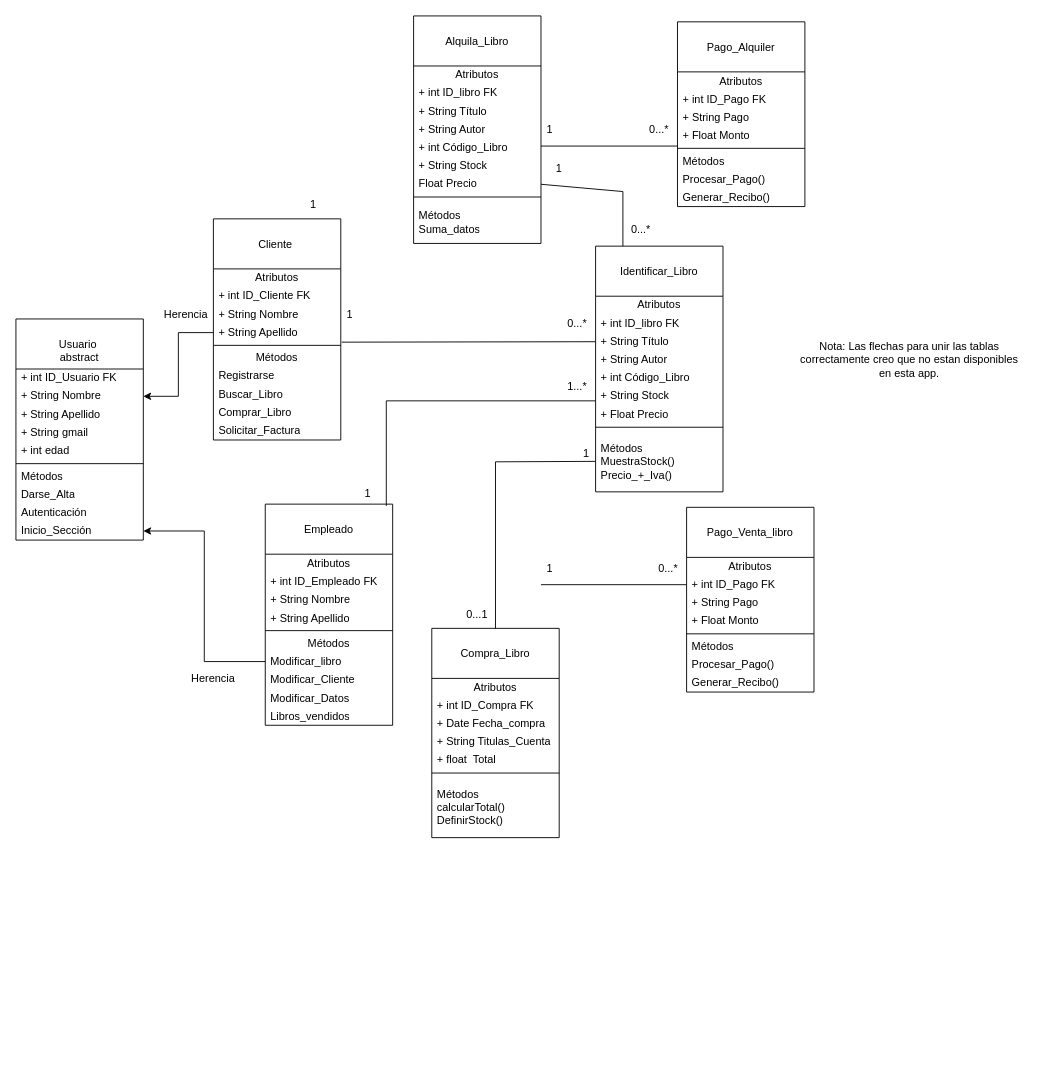
Above: Entornos de Desarrollo/Diagrama_Clases.drawio in UserUnknown27/ProyectoFinDeCursoGrupo5 (draw.io), before the change. Source tidied: cells renumbered, new cells numbered last; positions are measured from the earlier drawing's top-left corner, leaving out a move shared by most shapes. Both pictures are drawn from the tidied source at 91%, with x=0, y=0 at pixel (15, 15).
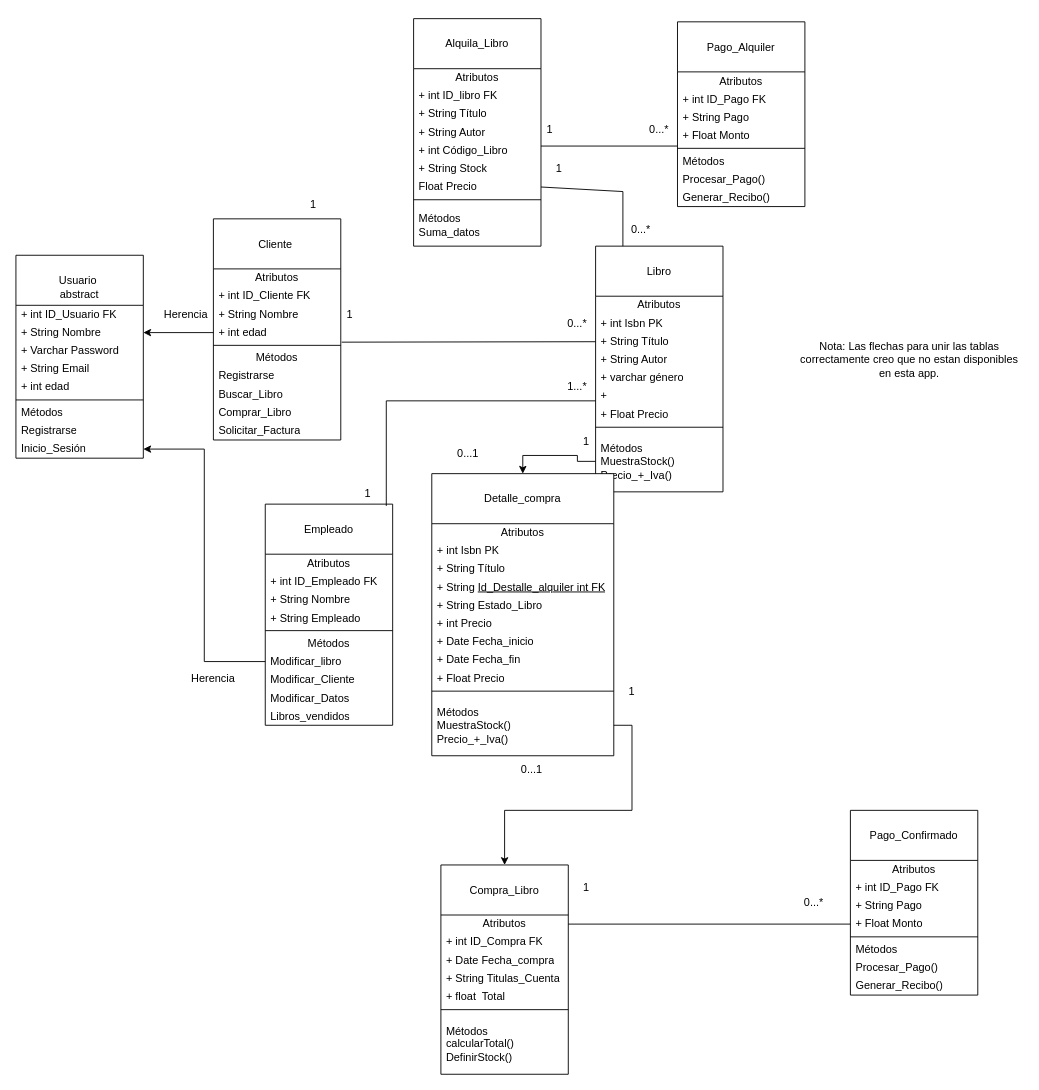
After the change.

Commit message (it also covers changes not shown here):
Relación entre diagramas: dagrama_E-R, Modelo_Relacional, diagrama_Clases

The change refers to these unchanged cells:
```xml
<mxCell id="2" value="&lt;br&gt;&lt;div&gt;Cliente&amp;nbsp;&lt;br&gt;&lt;br&gt;&lt;/div&gt;" style="swimlane;fontStyle=0;align=center;verticalAlign=top;horizontal=1;startSize=55;html=1;whiteSpace=wrap;" parent="1" vertex="1">
  <mxGeometry x="217" y="223" width="140" height="243" as="geometry" />
</mxCell>
<mxCell id="24" value="&lt;br&gt;&lt;div&gt;Empleado&lt;/div&gt;" style="swimlane;fontStyle=0;align=center;verticalAlign=top;horizontal=1;startSize=55;html=1;whiteSpace=wrap;" parent="1" vertex="1">
  <mxGeometry x="274" y="536.5" width="140" height="243" as="geometry" />
</mxCell>
<mxCell id="44" value="Métodos&lt;div&gt;MuestraStock()&lt;/div&gt;&lt;div&gt;Precio_+_Iva()&lt;/div&gt;" style="text;html=1;strokeColor=none;fillColor=none;align=left;verticalAlign=middle;spacingLeft=4;spacingRight=4;overflow=hidden;points=[[0,0.5],[1,0.5]];portConstraint=eastwest;whiteSpace=wrap;" parent="35" vertex="1">
  <mxGeometry y="203" width="140" height="67" as="geometry" />
</mxCell>
<mxCell id="46" value="Atributos" style="text;html=1;strokeColor=none;fillColor=none;align=center;verticalAlign=middle;spacingLeft=4;spacingRight=4;overflow=hidden;points=[[0,0.5],[1,0.5]];portConstraint=eastwest;whiteSpace=wrap;" parent="45" vertex="1">
  <mxGeometry y="55" width="140" height="20" as="geometry" />
</mxCell>
<mxCell id="64" value="+ int ID_Pago FK" style="text;html=1;strokeColor=none;fillColor=none;align=left;verticalAlign=middle;spacingLeft=4;spacingRight=4;overflow=hidden;points=[[0,0.5],[1,0.5]];portConstraint=eastwest;whiteSpace=wrap;" parent="62" vertex="1">
  <mxGeometry y="75" width="140" height="20" as="geometry" />
</mxCell>
<mxCell id="66" value="+ Float Monto" style="text;html=1;strokeColor=none;fillColor=none;align=left;verticalAlign=middle;spacingLeft=4;spacingRight=4;overflow=hidden;points=[[0,0.5],[1,0.5]];portConstraint=eastwest;whiteSpace=wrap;" parent="62" vertex="1">
  <mxGeometry y="115" width="140" height="20" as="geometry" />
</mxCell>
```

Diff of the diagram source:
```diff
@@
-    <mxCell id="6" value="+ String Apellido" style="text;html=1;strokeColor=none;fillColor=none;align=left;verticalAlign=middle;spacingLeft=4;spacingRight=4;overflow=hidden;points=[[0,0.5],[1,0.5]];portConstraint=eastwest;whiteSpace=wrap;" parent="2" vertex="1">
+    <mxCell id="6" value="+ int edad" style="text;html=1;strokeColor=none;fillColor=none;align=left;verticalAlign=middle;spacingLeft=4;spacingRight=4;overflow=hidden;points=[[0,0.5],[1,0.5]];portConstraint=eastwest;whiteSpace=wrap;" parent="2" vertex="1">
       <mxGeometry y="115" width="140" height="20" as="geometry" />
     </mxCell>
@@
     <mxCell id="13" value="&lt;br&gt;&lt;div&gt;Usuario&amp;nbsp;&lt;/div&gt;&lt;div&gt;abstract&lt;/div&gt;" style="swimlane;fontStyle=0;align=center;verticalAlign=top;horizontal=1;startSize=55;html=1;whiteSpace=wrap;" parent="1" vertex="1">
-      <mxGeometry y="333" width="140" height="243" as="geometry" />
+      <mxGeometry y="263" width="140" height="223" as="geometry" />
     </mxCell>
@@
-    <mxCell id="16" value="+ String Apellido" style="text;html=1;strokeColor=none;fillColor=none;align=left;verticalAlign=middle;spacingLeft=4;spacingRight=4;overflow=hidden;whiteSpace=wrap;" parent="13" vertex="1">
-      <mxGeometry y="95" width="140" height="20" as="geometry" />
-    </mxCell>
+    <mxCell id="105" value="+ Varchar Password" style="text;html=1;strokeColor=none;fillColor=none;align=left;verticalAlign=middle;spacingLeft=4;spacingRight=4;overflow=hidden;whiteSpace=wrap;" parent="13" vertex="1">
+      <mxGeometry y="95" width="140" height="20" as="geometry" />
+    </mxCell>
-    <mxCell id="17" value="+ String gmail" style="text;html=1;strokeColor=none;fillColor=none;align=left;verticalAlign=middle;spacingLeft=4;spacingRight=4;overflow=hidden;whiteSpace=wrap;" parent="13" vertex="1">
+    <mxCell id="17" value="+ String Email" style="text;html=1;strokeColor=none;fillColor=none;align=left;verticalAlign=middle;spacingLeft=4;spacingRight=4;overflow=hidden;whiteSpace=wrap;" parent="13" vertex="1">
       <mxGeometry y="115" width="140" height="20" as="geometry" />
     </mxCell>
@@
-    <mxCell id="21" value="Darse_Alta" style="text;html=1;strokeColor=none;fillColor=none;align=left;verticalAlign=middle;spacingLeft=4;spacingRight=4;overflow=hidden;whiteSpace=wrap;" parent="13" vertex="1">
+    <mxCell id="21" value="Registrarse" style="text;html=1;strokeColor=none;fillColor=none;align=left;verticalAlign=middle;spacingLeft=4;spacingRight=4;overflow=hidden;whiteSpace=wrap;" parent="13" vertex="1">
       <mxGeometry y="183" width="140" height="20" as="geometry" />
     </mxCell>
-    <mxCell id="22" value="Autenticación" style="text;html=1;strokeColor=none;fillColor=none;align=left;verticalAlign=middle;spacingLeft=4;spacingRight=4;overflow=hidden;whiteSpace=wrap;" parent="13" vertex="1">
-      <mxGeometry y="203" width="140" height="20" as="geometry" />
-    </mxCell>
-    <mxCell id="23" value="Inicio_Sección&amp;nbsp;" style="text;html=1;strokeColor=none;fillColor=none;align=left;verticalAlign=middle;spacingLeft=4;spacingRight=4;overflow=hidden;points=[[0,0.5],[1,0.5]];portConstraint=eastwest;whiteSpace=wrap;" parent="13" vertex="1">
-      <mxGeometry y="223" width="140" height="20" as="geometry" />
+    <mxCell id="23" value="Inicio_Sesión" style="text;html=1;strokeColor=none;fillColor=none;align=left;verticalAlign=middle;spacingLeft=4;spacingRight=4;overflow=hidden;points=[[0,0.5],[1,0.5]];portConstraint=eastwest;whiteSpace=wrap;" parent="13" vertex="1">
+      <mxGeometry y="203" width="140" height="20" as="geometry" />
     </mxCell>
@@
-    <mxCell id="28" value="+ String Apellido" style="text;html=1;strokeColor=none;fillColor=none;align=left;verticalAlign=middle;spacingLeft=4;spacingRight=4;overflow=hidden;whiteSpace=wrap;" parent="24" vertex="1">
+    <mxCell id="28" value="+ String Empleado" style="text;html=1;strokeColor=none;fillColor=none;align=left;verticalAlign=middle;spacingLeft=4;spacingRight=4;overflow=hidden;whiteSpace=wrap;" parent="24" vertex="1">
       <mxGeometry y="115" width="140" height="20" as="geometry" />
     </mxCell>
@@
-    <mxCell id="35" value="&lt;div&gt;&lt;span style=&quot;background-color: transparent; color: light-dark(rgb(0, 0, 0), rgb(255, 255, 255));&quot;&gt;&lt;br&gt;&lt;/span&gt;&lt;/div&gt;&lt;div&gt;&lt;span style=&quot;background-color: transparent; color: light-dark(rgb(0, 0, 0), rgb(255, 255, 255));&quot;&gt;Identificar_Libro&lt;/span&gt;&lt;/div&gt;" style="swimlane;fontStyle=0;align=center;verticalAlign=top;horizontal=1;startSize=55;html=1;whiteSpace=wrap;" parent="1" vertex="1">
+    <mxCell id="35" value="&lt;div&gt;&lt;br&gt;&lt;/div&gt;&lt;div&gt;Libro&lt;/div&gt;" style="swimlane;fontStyle=0;align=center;verticalAlign=top;horizontal=1;startSize=55;html=1;whiteSpace=wrap;" parent="1" vertex="1">
       <mxGeometry x="637" y="253" width="140" height="270" as="geometry" />
     </mxCell>
@@
-    <mxCell id="37" value="+ int ID_libro FK" style="text;html=1;strokeColor=none;fillColor=none;align=left;verticalAlign=middle;spacingLeft=4;spacingRight=4;overflow=hidden;whiteSpace=wrap;" parent="35" vertex="1">
+    <mxCell id="37" value="+ int Isbn PK" style="text;html=1;strokeColor=none;fillColor=none;align=left;verticalAlign=middle;spacingLeft=4;spacingRight=4;overflow=hidden;whiteSpace=wrap;" parent="35" vertex="1">
       <mxGeometry y="75" width="140" height="20" as="geometry" />
     </mxCell>
@@
-    <mxCell id="40" value="+ int Código_Libro" style="text;html=1;strokeColor=none;fillColor=none;align=left;verticalAlign=middle;spacingLeft=4;spacingRight=4;overflow=hidden;whiteSpace=wrap;" parent="35" vertex="1">
+    <mxCell id="40" value="+ varchar género" style="text;html=1;strokeColor=none;fillColor=none;align=left;verticalAlign=middle;spacingLeft=4;spacingRight=4;overflow=hidden;whiteSpace=wrap;" parent="35" vertex="1">
       <mxGeometry y="135" width="140" height="20" as="geometry" />
     </mxCell>
-    <mxCell id="41" value="+ String Stock" style="text;html=1;strokeColor=none;fillColor=none;align=left;verticalAlign=middle;spacingLeft=4;spacingRight=4;overflow=hidden;whiteSpace=wrap;" parent="35" vertex="1">
+    <mxCell id="41" value="+" style="text;html=1;strokeColor=none;fillColor=none;align=left;verticalAlign=middle;spacingLeft=4;spacingRight=4;overflow=hidden;whiteSpace=wrap;" parent="35" vertex="1">
       <mxGeometry y="155" width="140" height="20" as="geometry" />
     </mxCell>
@@
     <mxCell id="45" value="&lt;br&gt;&lt;div&gt;Compra_Libro&lt;/div&gt;" style="swimlane;fontStyle=0;align=center;verticalAlign=top;horizontal=1;startSize=55;html=1;whiteSpace=wrap;" parent="1" vertex="1">
-      <mxGeometry x="457" y="673" width="140" height="230" as="geometry" />
+      <mxGeometry x="467" y="933" width="140" height="230" as="geometry" />
     </mxCell>
@@
-    <mxCell id="62" value="&lt;br&gt;&lt;div&gt;Pago_Venta_libro&lt;/div&gt;" style="swimlane;fontStyle=0;align=center;verticalAlign=top;horizontal=1;startSize=55;html=1;whiteSpace=wrap;" parent="1" vertex="1">
-      <mxGeometry x="737" y="540" width="140" height="203" as="geometry" />
+    <mxCell id="62" value="&lt;div&gt;&lt;br&gt;&lt;/div&gt;Pago_Confirmado" style="swimlane;fontStyle=0;align=center;verticalAlign=top;horizontal=1;startSize=55;html=1;whiteSpace=wrap;" parent="1" vertex="1">
+      <mxGeometry x="917" y="873" width="140" height="203" as="geometry" />
     </mxCell>
@@
     <mxCell id="73" value="&lt;br&gt;&lt;div&gt;&lt;span style=&quot;background-color: transparent; color: light-dark(rgb(0, 0, 0), rgb(255, 255, 255));&quot;&gt;Alquila_Libro&lt;/span&gt;&lt;/div&gt;" style="swimlane;fontStyle=0;align=center;verticalAlign=top;horizontal=1;startSize=55;html=1;whiteSpace=wrap;" parent="1" vertex="1">
-      <mxGeometry x="437" width="140" height="250" as="geometry" />
+      <mxGeometry x="437" y="3" width="140" height="250" as="geometry" />
     </mxCell>
@@
-    <mxCell id="85" style="endArrow=none;html=1;rounded=0;entryX=0;entryY=0.5;entryDx=0;entryDy=0;" parent="1" edge="1" target="64">
-      <mxGeometry relative="1" as="geometry">
-        <mxPoint x="577" y="625" as="sourcePoint" />
-      </mxGeometry>
+    <mxCell id="85" style="endArrow=none;html=1;rounded=0;entryX=0;entryY=0.5;entryDx=0;entryDy=0;exitX=1;exitY=0.5;exitDx=0;exitDy=0;" parent="1" edge="1" source="46" target="66">
+      <mxGeometry relative="1" as="geometry" />
     </mxCell>
@@
     <mxCell id="88" value="1" style="text;html=1;whiteSpace=wrap;strokeColor=none;fillColor=none;align=center;verticalAlign=middle;rounded=0;" parent="1" vertex="1">
-      <mxGeometry x="557" y="593" width="60" height="30" as="geometry" />
+      <mxGeometry x="597" y="943" width="60" height="30" as="geometry" />
     </mxCell>
@@
     <mxCell id="95" value="0...*" style="text;html=1;whiteSpace=wrap;strokeColor=none;fillColor=none;align=center;verticalAlign=middle;rounded=0;" parent="1" vertex="1">
-      <mxGeometry x="687" y="593" width="60" height="30" as="geometry" />
+      <mxGeometry x="847" y="959.5" width="60" height="30" as="geometry" />
     </mxCell>
-    <mxCell id="96" style="endArrow=none;html=1;rounded=0;exitX=0.5;exitY=0;exitDx=0;exitDy=0;entryX=0;entryY=0.5;entryDx=0;entryDy=0;" parent="1" edge="1" source="45" target="44">
-      <mxGeometry relative="1" as="geometry">
-        <Array as="points">
-          <mxPoint x="527" y="490" />
-        </Array>
-      </mxGeometry>
-    </mxCell>
     <mxCell id="97" value="1" style="text;html=1;whiteSpace=wrap;strokeColor=none;fillColor=none;align=center;verticalAlign=middle;rounded=0;" parent="1" vertex="1">
-      <mxGeometry x="597" y="466" width="60" height="30" as="geometry" />
+      <mxGeometry x="597" y="453" width="60" height="30" as="geometry" />
     </mxCell>
@@
     <mxCell id="99" value="0...1" style="text;html=1;whiteSpace=wrap;strokeColor=none;fillColor=none;align=center;verticalAlign=middle;rounded=0;" parent="1" vertex="1">
-      <mxGeometry x="477" y="643" width="60" height="30" as="geometry" />
+      <mxGeometry x="467" y="466" width="60" height="30" as="geometry" />
     </mxCell>
@@
+    <mxCell id="106" value="&lt;div&gt;&lt;br&gt;&lt;/div&gt;Detalle_compra" style="swimlane;fontStyle=0;align=center;verticalAlign=top;horizontal=1;startSize=55;html=1;whiteSpace=wrap;" parent="1" vertex="1">
+      <mxGeometry x="457" y="503" width="200" height="310" as="geometry" />
+    </mxCell>
+    <mxCell id="107" value="Atributos" style="text;html=1;strokeColor=none;fillColor=none;align=center;verticalAlign=middle;spacingLeft=4;spacingRight=4;overflow=hidden;whiteSpace=wrap;" parent="106" vertex="1">
+      <mxGeometry y="55" width="200" height="20" as="geometry" />
+    </mxCell>
+    <mxCell id="108" value="+ int Isbn PK" style="text;html=1;strokeColor=none;fillColor=none;align=left;verticalAlign=middle;spacingLeft=4;spacingRight=4;overflow=hidden;whiteSpace=wrap;" parent="106" vertex="1">
+      <mxGeometry y="75" width="200" height="20" as="geometry" />
+    </mxCell>
+    <mxCell id="109" value="+ String Título" style="text;html=1;strokeColor=none;fillColor=none;align=left;verticalAlign=middle;spacingLeft=4;spacingRight=4;overflow=hidden;whiteSpace=wrap;" parent="106" vertex="1">
+      <mxGeometry y="95" width="200" height="20" as="geometry" />
+    </mxCell>
+    <mxCell id="110" value="+ String&amp;nbsp;&lt;u&gt;Id_Destalle_alquiler int FK&lt;/u&gt;" style="text;html=1;strokeColor=none;fillColor=none;align=left;verticalAlign=middle;spacingLeft=4;spacingRight=4;overflow=hidden;whiteSpace=wrap;" parent="106" vertex="1">
+      <mxGeometry y="115" width="200" height="20" as="geometry" />
+    </mxCell>
+    <mxCell id="111" value="+ String Estado_Libro" style="text;html=1;strokeColor=none;fillColor=none;align=left;verticalAlign=middle;spacingLeft=4;spacingRight=4;overflow=hidden;whiteSpace=wrap;" parent="106" vertex="1">
+      <mxGeometry y="135" width="200" height="20" as="geometry" />
+    </mxCell>
+    <mxCell id="112" value="+ int Precio&amp;nbsp;" style="text;html=1;strokeColor=none;fillColor=none;align=left;verticalAlign=middle;spacingLeft=4;spacingRight=4;overflow=hidden;whiteSpace=wrap;" parent="106" vertex="1">
+      <mxGeometry y="155" width="200" height="20" as="geometry" />
+    </mxCell>
+    <mxCell id="113" value="+ Date Fecha_inicio" style="text;html=1;strokeColor=none;fillColor=none;align=left;verticalAlign=middle;spacingLeft=4;spacingRight=4;overflow=hidden;whiteSpace=wrap;" parent="106" vertex="1">
+      <mxGeometry y="175" width="200" height="20" as="geometry" />
+    </mxCell>
+    <mxCell id="114" value="+ Date Fecha_fin" style="text;html=1;strokeColor=none;fillColor=none;align=left;verticalAlign=middle;spacingLeft=4;spacingRight=4;overflow=hidden;whiteSpace=wrap;" parent="106" vertex="1">
+      <mxGeometry y="195" width="200" height="20" as="geometry" />
+    </mxCell>
+    <mxCell id="115" value="+ Float Precio" style="text;html=1;strokeColor=none;fillColor=none;align=left;verticalAlign=middle;spacingLeft=4;spacingRight=4;overflow=hidden;whiteSpace=wrap;" parent="106" vertex="1">
+      <mxGeometry y="215" width="200" height="20" as="geometry" />
+    </mxCell>
+    <mxCell id="116" style="line;strokeWidth=1;fillColor=none;align=left;verticalAlign=middle;spacingTop=-1;spacingLeft=3;spacingRight=3;labelPosition=right;" parent="106" vertex="1">
+      <mxGeometry y="235" width="200" height="8" as="geometry" />
+    </mxCell>
+    <mxCell id="117" value="Métodos&lt;div&gt;MuestraStock()&lt;/div&gt;&lt;div&gt;Precio_+_Iva()&lt;/div&gt;" style="text;html=1;strokeColor=none;fillColor=none;align=left;verticalAlign=middle;spacingLeft=4;spacingRight=4;overflow=hidden;points=[[0,0.5],[1,0.5]];portConstraint=eastwest;whiteSpace=wrap;" parent="106" vertex="1">
+      <mxGeometry y="243" width="200" height="67" as="geometry" />
+    </mxCell>
+    <mxCell id="118" style="edgeStyle=orthogonalEdgeStyle;rounded=0;jettySize=auto;html=1;exitX=0;exitY=0.5;exitDx=0;exitDy=0;entryX=0.5;entryY=0;entryDx=0;entryDy=0;" parent="1" edge="1" source="44" target="106">
+      <mxGeometry relative="1" as="geometry" />
+    </mxCell>
+    <mxCell id="119" value="0...1" style="text;html=1;whiteSpace=wrap;strokeColor=none;fillColor=none;align=center;verticalAlign=middle;rounded=0;" parent="1" vertex="1">
+      <mxGeometry x="537" y="813" width="60" height="30" as="geometry" />
+    </mxCell>
+    <mxCell id="120" value="1" style="text;html=1;whiteSpace=wrap;strokeColor=none;fillColor=none;align=center;verticalAlign=middle;rounded=0;" parent="1" vertex="1">
+      <mxGeometry x="647" y="728" width="60" height="30" as="geometry" />
+    </mxCell>
+    <mxCell id="121" style="edgeStyle=orthogonalEdgeStyle;rounded=0;jettySize=auto;html=1;exitX=1;exitY=0.5;exitDx=0;exitDy=0;" parent="1" edge="1" source="117" target="45">
+      <mxGeometry relative="1" as="geometry" />
+    </mxCell>
```
